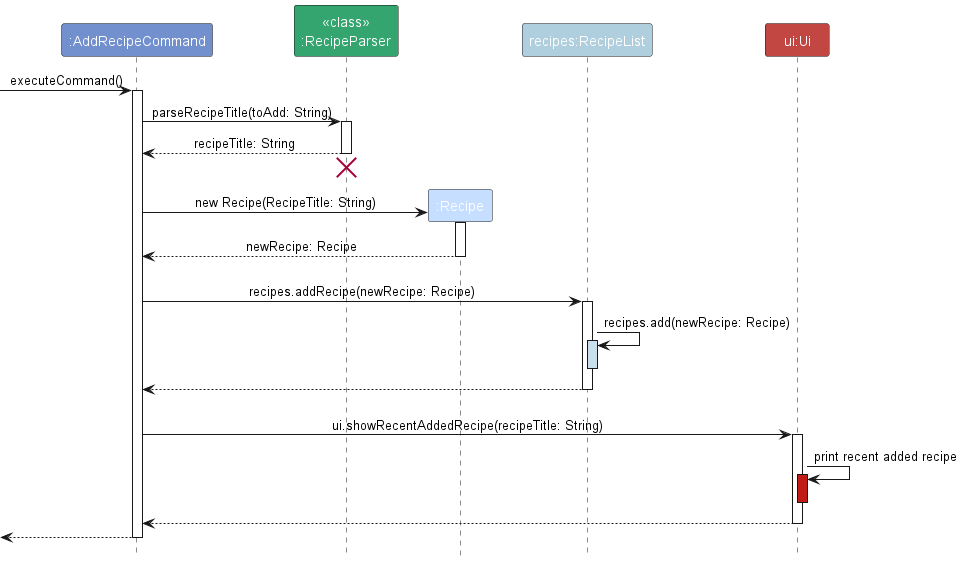
This is docs/images/AddNewRecipeSequenceDiagram.png from nus-cs2113-AY2324S1/tp, a PlantUML export, as it was before one commit.
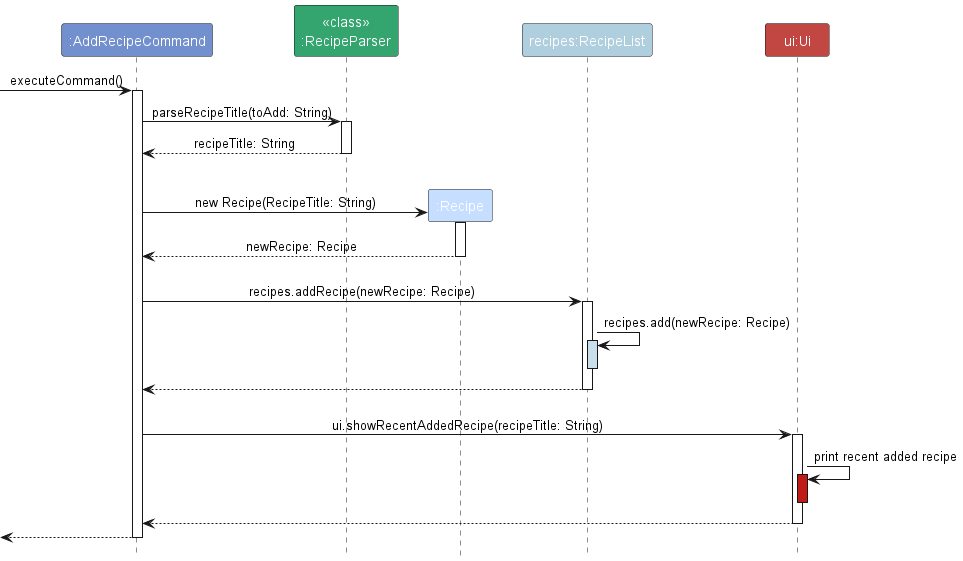
Later version of the same file.

The edit, as a diff of the source:
```diff
@@ -18,7 +18,6 @@
 deactivate RecipeParser
 
 AddRecipeCommand -[hidden]> RecipeParser
-destroy RecipeParser
 
 AddRecipeCommand -[hidden]> Recipe
 create Recipe
```
